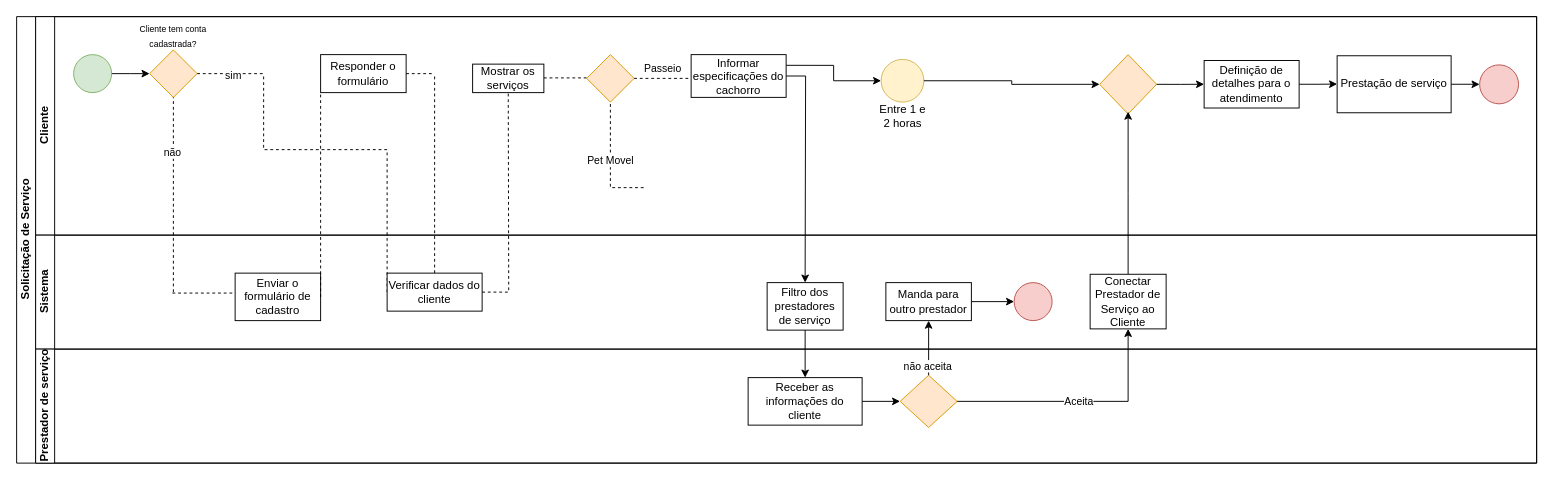
wholocked1/projeto_eng_software_041 keeps this draw.io diagram as Diagrama sem nome.drawio. Above is the earlier version. Source tidied: cells renumbered, new cells numbered last; positions are measured from the earlier drawing's top-left corner, leaving out a move shared by most shapes. Both pictures are drawn from the tidied source at 95%, with x=0, y=0 at pixel (16, 16).
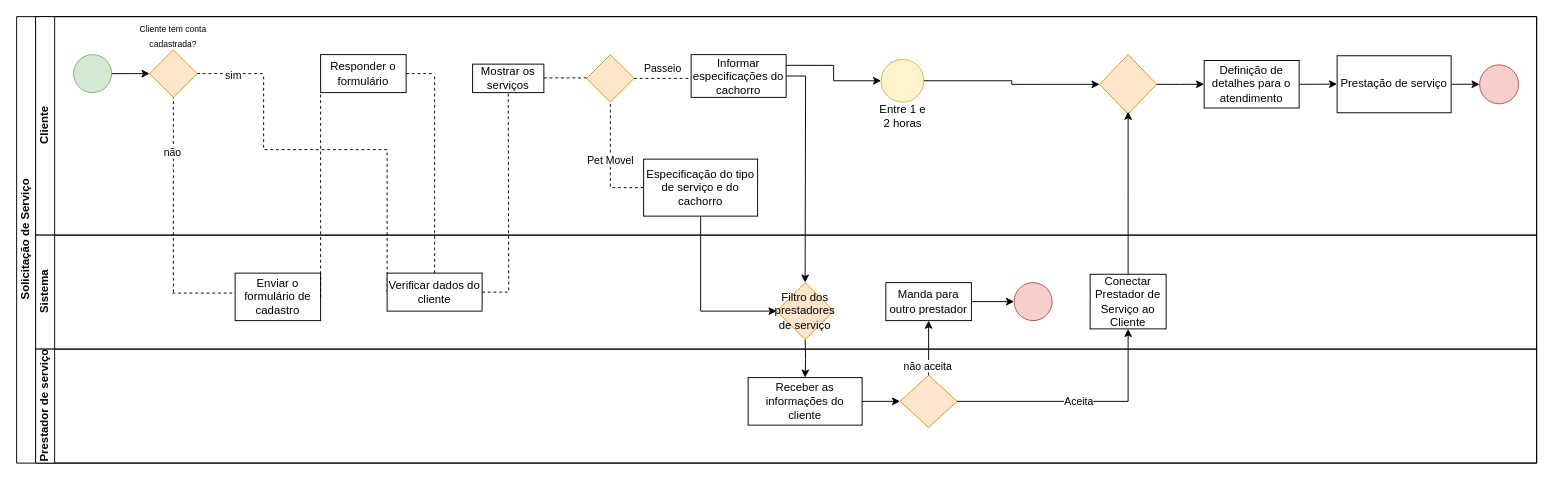
Above is the later version.

Commit message:
atualização para o pet movel

Unchanged cells that the change refers to:
```xml
<mxCell id="2" value="Solicitação de Serviço" style="swimlane;html=1;horizontal=0;startSize=20;" parent="1" vertex="1">
  <mxGeometry width="1600" height="470" as="geometry" />
</mxCell>
<mxCell id="3" value="Cliente" style="swimlane;html=1;startSize=20;horizontal=0;" parent="2" vertex="1">
  <mxGeometry x="20" width="1580" height="230" as="geometry" />
</mxCell>
<mxCell id="33" value="Sistema" style="swimlane;html=1;startSize=20;horizontal=0;" parent="2" vertex="1">
  <mxGeometry x="20" y="230" width="1580" height="120" as="geometry" />
</mxCell>
<mxCell id="54" value="Receber as informações do cliente" style="rounded=0;whiteSpace=wrap;html=1;" parent="1" vertex="1">
  <mxGeometry x="770" y="380" width="120" height="50" as="geometry" />
</mxCell>
```

Diff of the diagram source:
```diff
@@
+    <mxCell id="56" value="Especificação do tipo de serviço e do cachorro" style="rounded=0;whiteSpace=wrap;html=1;" parent="3" vertex="1">
+      <mxGeometry x="640" y="150" width="120" height="60" as="geometry" />
+    </mxCell>
@@
-    <mxCell id="41" value="Filtro dos prestadores de serviço" style="rounded=0;whiteSpace=wrap;html=1;" parent="33" vertex="1">
-      <mxGeometry x="770" y="50" width="80" height="50" as="geometry" />
-    </mxCell>
@@
+    <mxCell id="41" value="Filtro dos prestadores de serviço" style="rhombus;whiteSpace=wrap;html=1;fillColor=#ffe6cc;strokeColor=#d79b00;" parent="33" vertex="1">
+      <mxGeometry x="780" y="50" width="60" height="60" as="geometry" />
+    </mxCell>
@@
+    <mxCell id="57" style="edgeStyle=orthogonalEdgeStyle;rounded=0;jettySize=auto;html=1;exitX=0.5;exitY=1;exitDx=0;exitDy=0;entryX=0;entryY=0.5;entryDx=0;entryDy=0;" parent="2" edge="1" source="56" target="41">
+      <mxGeometry relative="1" as="geometry" />
+    </mxCell>
@@
-    <mxCell id="55" style="edgeStyle=orthogonalEdgeStyle;rounded=0;jettySize=auto;html=1;exitX=0.5;exitY=1;exitDx=0;exitDy=0;" parent="1" edge="1" source="41" target="54">
-      <mxGeometry relative="1" as="geometry" />
+    <mxCell id="55" style="edgeStyle=orthogonalEdgeStyle;rounded=0;jettySize=auto;html=1;" parent="1" edge="1" target="54">
+      <mxGeometry relative="1" as="geometry">
+        <mxPoint x="830" y="340" as="sourcePoint" />
+      </mxGeometry>
     </mxCell>
```
